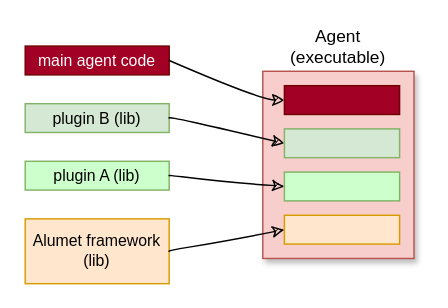
Above: diagrams/alumet-agent-aggregate.drawio in alumet-dev/developer-book (draw.io), before the change. Source tidied: cells renumbered, new cells numbered last; positions are measured from the earlier drawing's top-left corner, leaving out a move shared by most shapes. Both pictures are drawn from the tidied source at 144%, with x=0, y=0 at pixel (24, 45).
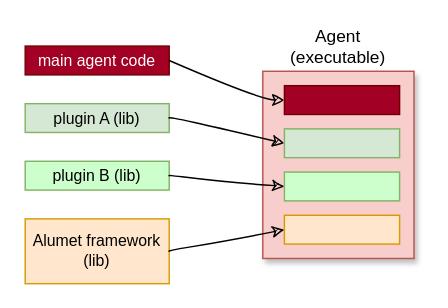
Above is the later version.

Change to the diagram source:
```diff
@@
 <mxGraphModel>
   <root>
     <mxCell id="0" />
     <mxCell id="1" parent="0" />
     <mxCell id="2" value="Agent&lt;div&gt;(executable)&lt;/div&gt;" style="rounded=0;whiteSpace=wrap;html=1;fillColor=#f8cecc;strokeColor=#b85450;shadow=1;verticalAlign=bottom;horizontal=1;labelPosition=center;verticalLabelPosition=top;align=center;" parent="1" vertex="1">
       <mxGeometry x="165" y="18" width="105" height="130" as="geometry" />
     </mxCell>
-    <mxCell id="3" value="plugin B (lib)" style="rounded=0;whiteSpace=wrap;html=1;fillColor=#d5e8d4;strokeColor=#82b366;fontSize=11;" parent="1" vertex="1">
+    <mxCell id="3" value="plugin A (lib)" style="rounded=0;whiteSpace=wrap;html=1;fillColor=#d5e8d4;strokeColor=#82b366;fontSize=11;" parent="1" vertex="1">
       <mxGeometry y="40.5" width="100" height="20" as="geometry" />
     </mxCell>
-    <mxCell id="4" value="plugin A (lib)" style="rounded=0;whiteSpace=wrap;html=1;fillColor=#CCFFCC;strokeColor=#82b366;fontSize=11;" parent="1" vertex="1">
+    <mxCell id="4" value="plugin B (lib)" style="rounded=0;whiteSpace=wrap;html=1;fillColor=#CCFFCC;strokeColor=#82b366;fontSize=11;" parent="1" vertex="1">
       <mxGeometry y="80.5" width="100" height="20" as="geometry" />
     </mxCell>
     <mxCell id="5" value="Alumet framework&lt;div&gt;(lib)&lt;/div&gt;" style="rounded=0;whiteSpace=wrap;html=1;fillColor=#ffe6cc;strokeColor=#d79b00;fontSize=11;" parent="1" vertex="1">
       <mxGeometry y="120.5" width="100" height="45" as="geometry" />
     </mxCell>
     <mxCell id="6" style="rounded=0;whiteSpace=wrap;html=1;fillColor=#d5e8d4;strokeColor=#82b366;" parent="1" vertex="1">
       <mxGeometry x="180" y="58" width="80" height="20" as="geometry" />
     </mxCell>
     <mxCell id="7" style="rounded=0;whiteSpace=wrap;html=1;fillColor=#CCFFCC;strokeColor=#82b366;" parent="1" vertex="1">
       <mxGeometry x="180" y="88" width="80" height="20" as="geometry" />
     </mxCell>
     <mxCell id="8" style="rounded=0;whiteSpace=wrap;html=1;fillColor=#ffe6cc;strokeColor=#d79b00;" parent="1" vertex="1">
       <mxGeometry x="180" y="118" width="80" height="20" as="geometry" />
     </mxCell>
     <mxCell id="9" style="rounded=0;whiteSpace=wrap;html=1;fillColor=#a20025;strokeColor=#6F0000;fontColor=#ffffff;" parent="1" vertex="1">
       <mxGeometry x="180" y="28" width="80" height="20" as="geometry" />
     </mxCell>
     <mxCell id="10" value="main agent code" style="rounded=0;whiteSpace=wrap;html=1;fillColor=#a20025;strokeColor=#6F0000;fontColor=#ffffff;fontSize=11;" parent="1" vertex="1">
       <mxGeometry y="0.5" width="100" height="20" as="geometry" />
     </mxCell>
     <mxCell id="11" style="endArrow=classic;html=1;rounded=0;exitX=1;exitY=0.5;exitDx=0;exitDy=0;entryX=0;entryY=0.5;entryDx=0;entryDy=0;sketch=1;curveFitting=1;jiggle=1;disableMultiStroke=1;curved=1;" parent="1" edge="1" source="10" target="9">
       <mxGeometry relative="1" as="geometry">
         <Array as="points">
           <mxPoint x="160" y="38" />
         </Array>
       </mxGeometry>
     </mxCell>
     <mxCell id="12" style="endArrow=classic;html=1;rounded=0;exitX=1;exitY=0.5;exitDx=0;exitDy=0;entryX=0;entryY=0.5;entryDx=0;entryDy=0;sketch=1;curveFitting=1;jiggle=1;disableMultiStroke=1;curved=1;" parent="1" edge="1" source="3" target="6">
       <mxGeometry relative="1" as="geometry" />
     </mxCell>
     <mxCell id="13" style="endArrow=classic;html=1;rounded=0;exitX=1;exitY=0.5;exitDx=0;exitDy=0;entryX=0;entryY=0.5;entryDx=0;entryDy=0;sketch=1;curveFitting=1;jiggle=1;disableMultiStroke=1;curved=1;" parent="1" edge="1" source="4" target="7">
       <mxGeometry relative="1" as="geometry" />
     </mxCell>
     <mxCell id="14" style="endArrow=classic;html=1;rounded=0;exitX=1;exitY=0.5;exitDx=0;exitDy=0;entryX=0;entryY=0.5;entryDx=0;entryDy=0;sketch=1;curveFitting=1;jiggle=1;disableMultiStroke=1;curved=1;" parent="1" edge="1" source="5" target="8">
       <mxGeometry relative="1" as="geometry" />
     </mxCell>
   </root>
 </mxGraphModel>
```
